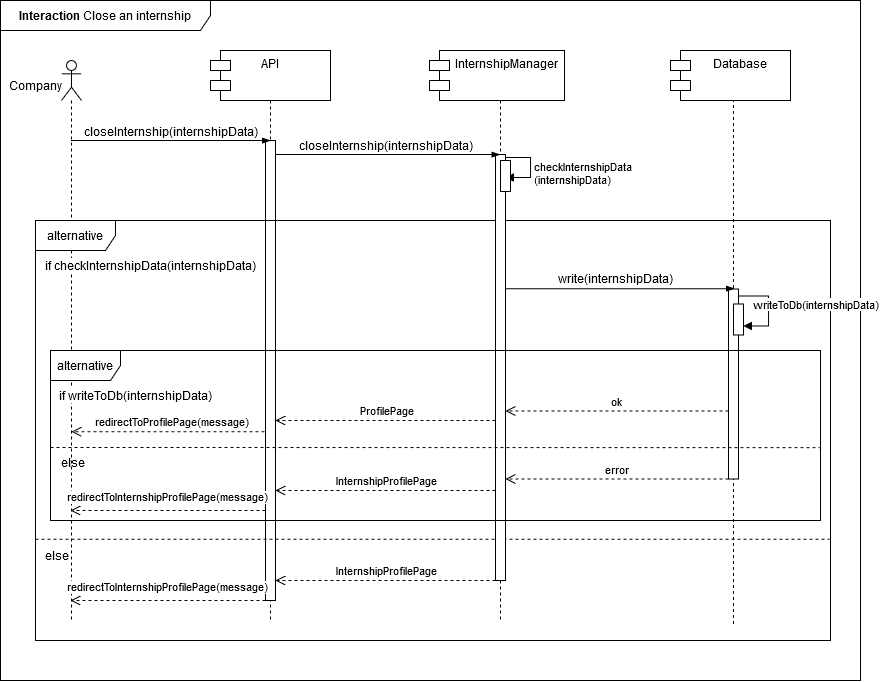
The draw.io diagram DD/Images/Interactions/INT10_CloseInternship.drawio.png in edogriba/GribaldoRosa, before a commit. Source tidied: cells renumbered, new cells last; positions are measured from the earlier drawing's top-left corner, leaving out a move shared by most shapes.
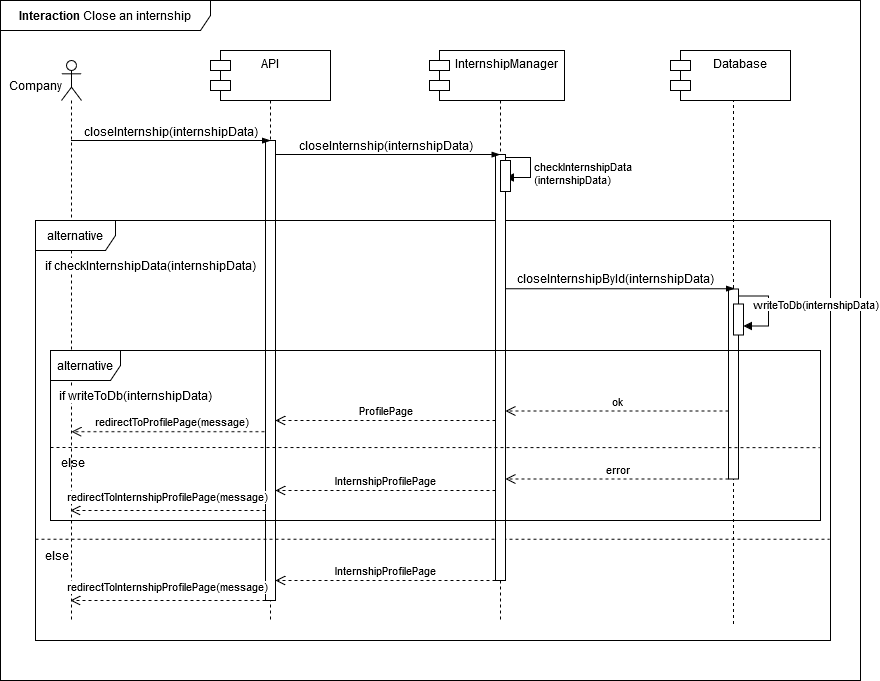
After the change.

Diff of the diagram source:
```diff
@@ -113,8 +113,8 @@
     <mxCell id="26" value="Database" style="shape=module;align=left;spacingLeft=20;align=center;verticalAlign=top;whiteSpace=wrap;html=1;" parent="1" vertex="1">
       <mxGeometry x="670" y="50" width="120" height="50" as="geometry" />
     </mxCell>
-    <mxCell id="27" value="write(internshipData)" style="text;html=1;align=center;verticalAlign=middle;strokeColor=none;fillColor=none;" parent="1" vertex="1">
-      <mxGeometry x="550" y="263" width="130" height="30" as="geometry" />
+    <mxCell id="27" value="closeInternshipById(internshipData)" style="text;html=1;align=center;verticalAlign=middle;strokeColor=none;fillColor=none;" parent="1" vertex="1">
+      <mxGeometry x="505" y="263" width="220" height="30" as="geometry" />
     </mxCell>
     <mxCell id="28" value="ok" style="html=1;verticalAlign=bottom;endArrow=open;dashed=1;endSize=8;curved=0;rounded=0;" parent="1" edge="1">
       <mxGeometry relative="1" as="geometry">
```
